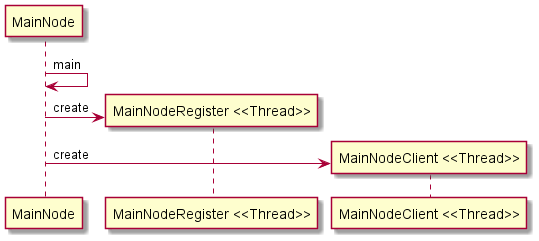
UAL-SDP/TCPMap keeps this PlantUML diagram as figures/main_node_start.png. Above is the earlier version. Its diagram source:
```plantuml
@startuml
participant MainNode
participant "MainNodeRegister <<Thread>>"
participant "MainNodeClient <<Thread>>"
MainNode -> MainNode : main
MainNode -> "MainNodeRegister <<Thread>>" ** : create
MainNode -> "MainNodeClient <<Thread>>" ** : create
@enduml
```
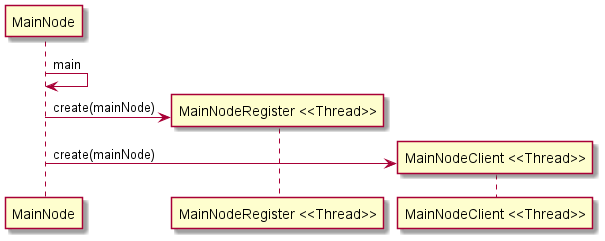
After the commit.

What changed in the source:
```diff
@@ -3,6 +3,6 @@
 participant "MainNodeRegister <<Thread>>"
 participant "MainNodeClient <<Thread>>"
 MainNode -> MainNode : main
-MainNode -> "MainNodeRegister <<Thread>>" ** : create
-MainNode -> "MainNodeClient <<Thread>>" ** : create
+MainNode -> "MainNodeRegister <<Thread>>" ** : create(mainNode)
+MainNode -> "MainNodeClient <<Thread>>" ** : create(mainNode)
 @enduml
```
